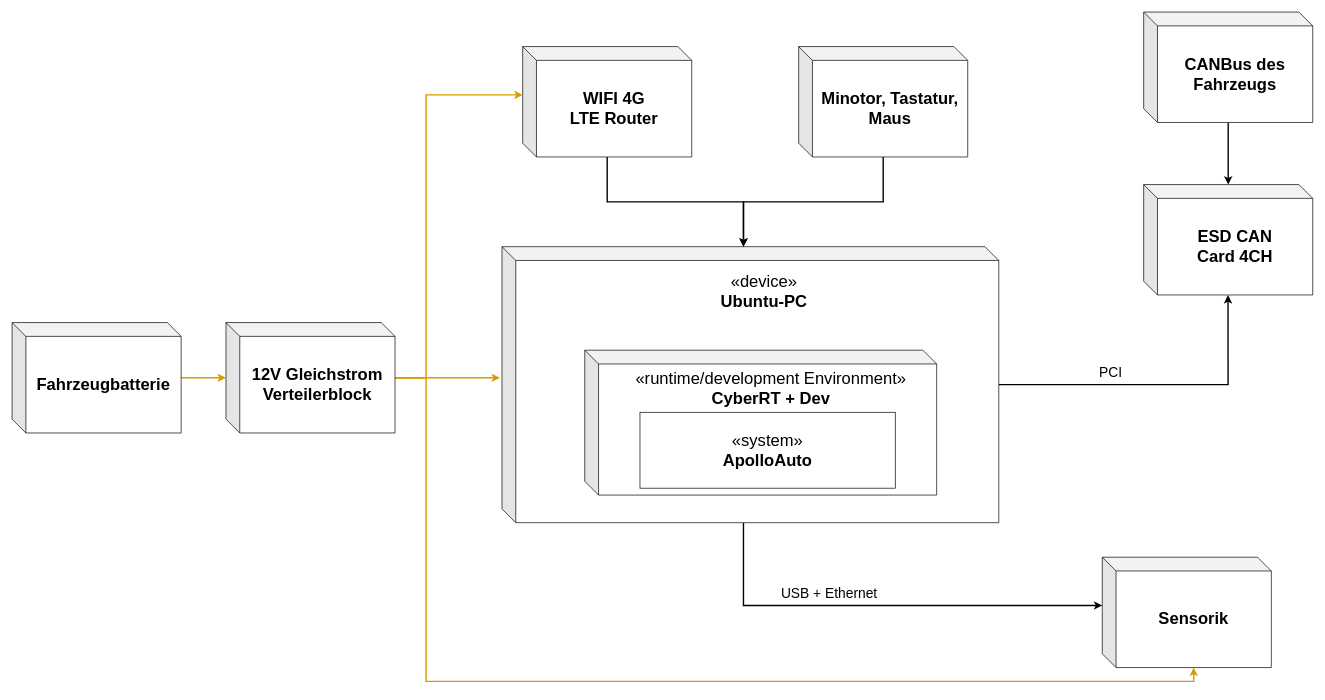
Apollak11/arc42-asciidoc-apolloauto-SSIM keeps this draw.io diagram as images/VerteilungssichtInfrastruktur.drawio. Above is the earlier version. Source tidied: cells renumbered, new cells numbered last; positions are measured from the earlier drawing's top-left corner, leaving out a move shared by most shapes. Both pictures are drawn from the tidied source at 69%, with x=0, y=0 at pixel (12, 12).
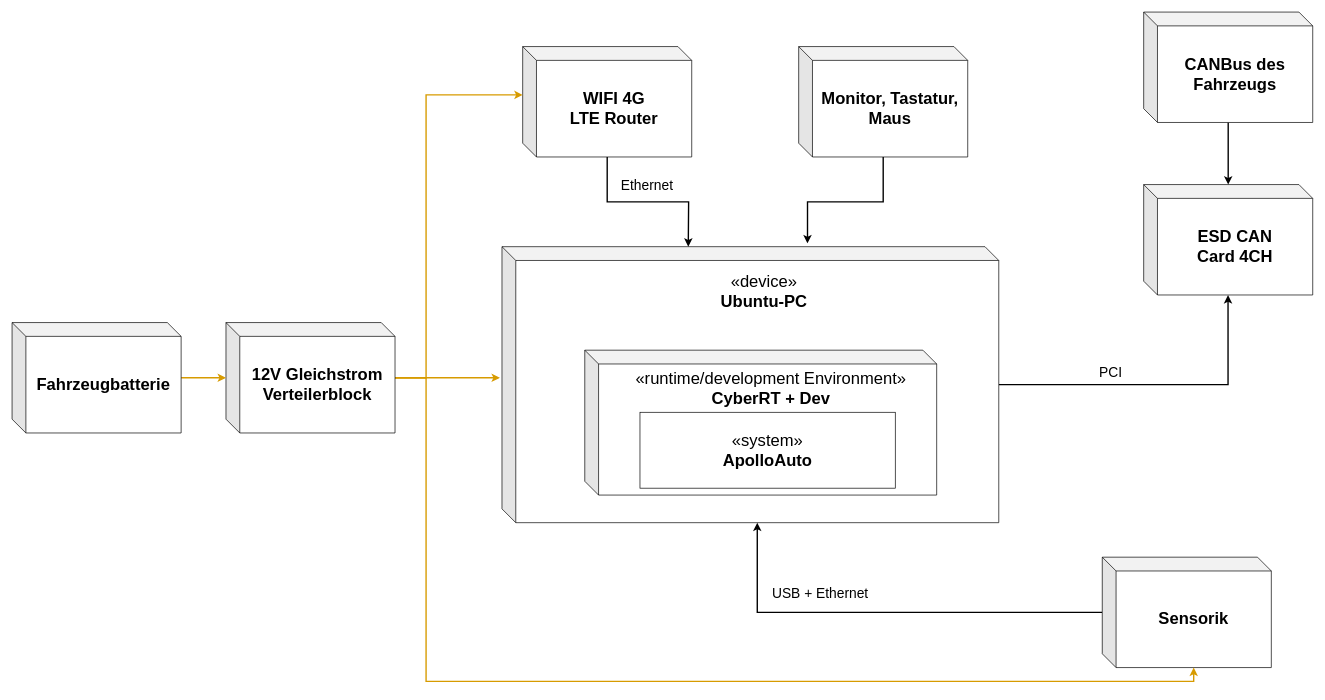
Above is the later version.

Unchanged cells that the change refers to:
```xml
<mxCell id="6" style="shape=cube;whiteSpace=wrap;html=1;boundedLbl=1;backgroundOutline=1;darkOpacity=0.05;darkOpacity2=0.1;" parent="1" vertex="1">
  <mxGeometry x="710" y="340" width="720" height="400" as="geometry" />
</mxCell>
<mxCell id="12" value="&lt;div style=&quot;font-size: 24px&quot;&gt;&lt;b&gt;&lt;font style=&quot;font-size: 24px&quot;&gt;WIFI 4G&lt;/font&gt;&lt;/b&gt;&lt;/div&gt;&lt;div style=&quot;font-size: 24px&quot;&gt;&lt;b&gt;&lt;font style=&quot;font-size: 24px&quot;&gt;LTE Router&lt;br&gt;&lt;/font&gt;&lt;/b&gt;&lt;/div&gt;" style="shape=cube;whiteSpace=wrap;html=1;boundedLbl=1;backgroundOutline=1;darkOpacity=0.05;darkOpacity2=0.1;" parent="1" vertex="1">
  <mxGeometry x="740" y="50" width="245" height="160" as="geometry" />
</mxCell>
<mxCell id="18" value="&lt;b&gt;&lt;font style=&quot;font-size: 24px&quot;&gt;Sensorik&lt;/font&gt;&lt;/b&gt;" style="shape=cube;whiteSpace=wrap;html=1;boundedLbl=1;backgroundOutline=1;darkOpacity=0.05;darkOpacity2=0.1;" parent="1" vertex="1">
  <mxGeometry x="1580" y="790" width="245" height="160" as="geometry" />
</mxCell>
```

The edit, as a diff of the source:
```diff
@@
-    <mxCell id="4" style="edgeStyle=orthogonalEdgeStyle;rounded=0;jettySize=auto;html=1;entryX=0;entryY=0;entryDx=0;entryDy=70;entryPerimeter=0;strokeWidth=2;" parent="1" edge="1" source="6" target="18">
-      <mxGeometry relative="1" as="geometry">
-        <Array as="points">
-          <mxPoint x="1060" y="860" />
-        </Array>
-      </mxGeometry>
-    </mxCell>
-    <mxCell id="5" value="&lt;font style=&quot;font-size: 20px&quot;&gt;USB + Ethernet&lt;br&gt;&lt;/font&gt;" style="edgeLabel;html=1;align=center;verticalAlign=middle;" parent="4" vertex="1">
-      <mxGeometry x="-0.24" y="-2" relative="1" as="geometry">
-        <mxPoint y="-22" as="offset" />
-      </mxGeometry>
-    </mxCell>
@@
-    <mxCell id="11" style="edgeStyle=orthogonalEdgeStyle;rounded=0;jettySize=auto;html=1;entryX=0;entryY=0;entryDx=350;entryDy=0;entryPerimeter=0;strokeWidth=2;" parent="1" edge="1" source="12" target="6">
-      <mxGeometry relative="1" as="geometry" />
+    <mxCell id="11" style="edgeStyle=orthogonalEdgeStyle;rounded=0;jettySize=auto;html=1;strokeWidth=2;" parent="1" edge="1" source="12">
+      <mxGeometry relative="1" as="geometry">
+        <mxPoint x="980" y="340" as="targetPoint" />
+      </mxGeometry>
     </mxCell>
+    <mxCell id="25" value="&lt;font style=&quot;font-size: 20px&quot;&gt;Ethernet&lt;/font&gt;" style="edgeLabel;html=1;align=center;verticalAlign=middle;" parent="11" vertex="1">
+      <mxGeometry x="-0.29" relative="1" as="geometry">
+        <mxPoint x="34" y="-25" as="offset" />
+      </mxGeometry>
+    </mxCell>
@@
-    <mxCell id="13" style="edgeStyle=orthogonalEdgeStyle;rounded=0;jettySize=auto;html=1;entryX=0;entryY=0;entryDx=350;entryDy=0;entryPerimeter=0;strokeWidth=2;" parent="1" edge="1" source="14" target="6">
+    <mxCell id="13" style="edgeStyle=orthogonalEdgeStyle;rounded=0;jettySize=auto;html=1;entryX=0.615;entryY=-0.012;entryDx=0;entryDy=0;entryPerimeter=0;strokeWidth=2;" parent="1" edge="1" source="14" target="6">
       <mxGeometry relative="1" as="geometry" />
     </mxCell>
-    <mxCell id="14" value="&lt;b&gt;&lt;font style=&quot;font-size: 24px&quot;&gt;Minotor, Tastatur, Maus&lt;br&gt;&lt;/font&gt;&lt;/b&gt;" style="shape=cube;whiteSpace=wrap;html=1;boundedLbl=1;backgroundOutline=1;darkOpacity=0.05;darkOpacity2=0.1;" parent="1" vertex="1">
+    <mxCell id="14" value="&lt;b&gt;&lt;font style=&quot;font-size: 24px&quot;&gt;Monitor, Tastatur, Maus&lt;br&gt;&lt;/font&gt;&lt;/b&gt;" style="shape=cube;whiteSpace=wrap;html=1;boundedLbl=1;backgroundOutline=1;darkOpacity=0.05;darkOpacity2=0.1;" parent="1" vertex="1">
       <mxGeometry x="1140" y="50" width="245" height="160" as="geometry" />
     </mxCell>
@@
+    <mxCell id="26" style="edgeStyle=orthogonalEdgeStyle;rounded=0;jettySize=auto;html=1;entryX=0;entryY=0;entryDx=370;entryDy=400;entryPerimeter=0;strokeWidth=2;" parent="1" edge="1" source="18" target="6">
+      <mxGeometry relative="1" as="geometry" />
+    </mxCell>
+    <mxCell id="5" value="&lt;font style=&quot;font-size: 20px&quot;&gt;USB + Ethernet&lt;br&gt;&lt;/font&gt;" style="edgeLabel;html=1;align=center;verticalAlign=middle;" parent="26" vertex="1">
+      <mxGeometry x="0.48" relative="1" as="geometry">
+        <mxPoint x="56" y="-30" as="offset" />
+      </mxGeometry>
+    </mxCell>
```
